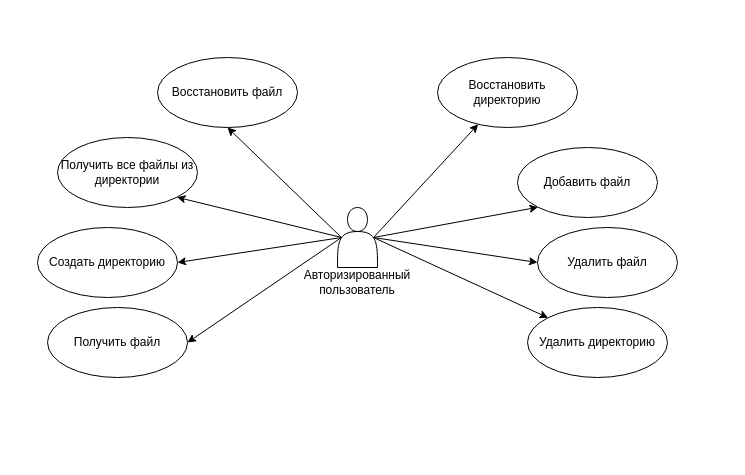
The draw.io diagram back-end/file system ms/case.drawio in carakazov/notes-projects-diagrams, before the edit. Source tidied: cells renumbered, new cells numbered last; positions are measured from the earlier drawing's top-left corner, leaving out a move shared by most shapes. Both pictures are drawn from the tidied source at 100%, with x=0, y=0 at pixel (37, 57).
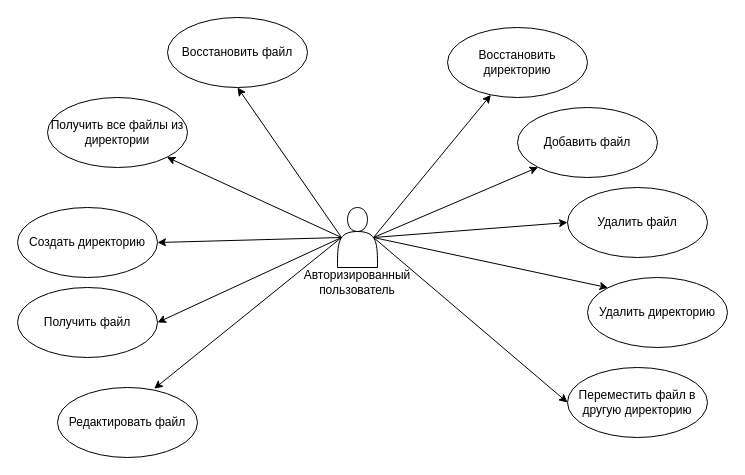
After the change.

Commit message (it also covers changes not shown here):
file system case update

The change refers to these unchanged cells:
```xml
<mxCell id="2" value="Авторизированный пользователь" style="shape=actor;whiteSpace=wrap;html=1;spacingBottom=-90;" parent="1" vertex="1">
  <mxGeometry x="300" y="150" width="40" height="60" as="geometry" />
</mxCell>
```

Diff of the diagram source:
```diff
@@
     <mxCell id="3" value="Создать директорию" style="ellipse;whiteSpace=wrap;html=1;" parent="1" vertex="1">
-      <mxGeometry y="170" width="140" height="70" as="geometry" />
+      <mxGeometry x="-20" y="150" width="140" height="70" as="geometry" />
     </mxCell>
@@
     <mxCell id="5" value="Получить файл" style="ellipse;whiteSpace=wrap;html=1;" parent="1" vertex="1">
-      <mxGeometry x="10" y="250" width="140" height="70" as="geometry" />
+      <mxGeometry x="-20" y="230" width="140" height="70" as="geometry" />
     </mxCell>
@@
     <mxCell id="7" value="Добавить файл" style="ellipse;whiteSpace=wrap;html=1;" parent="1" vertex="1">
-      <mxGeometry x="480" y="90" width="140" height="70" as="geometry" />
+      <mxGeometry x="480" y="50" width="140" height="70" as="geometry" />
     </mxCell>
@@
     <mxCell id="9" value="Удалить файл" style="ellipse;whiteSpace=wrap;html=1;" parent="1" vertex="1">
-      <mxGeometry x="500" y="170" width="140" height="70" as="geometry" />
+      <mxGeometry x="530" y="130" width="140" height="70" as="geometry" />
     </mxCell>
@@
     <mxCell id="11" value="Получить все файлы из директории" style="ellipse;whiteSpace=wrap;html=1;" parent="1" vertex="1">
-      <mxGeometry x="20" y="80" width="140" height="70" as="geometry" />
+      <mxGeometry x="10" y="40" width="140" height="70" as="geometry" />
     </mxCell>
@@
     <mxCell id="13" value="Удалить директорию" style="ellipse;whiteSpace=wrap;html=1;" parent="1" vertex="1">
-      <mxGeometry x="490" y="250" width="140" height="70" as="geometry" />
+      <mxGeometry x="550" y="220" width="140" height="70" as="geometry" />
     </mxCell>
@@
     <mxCell id="15" value="Восстановить файл" style="ellipse;whiteSpace=wrap;html=1;" parent="1" vertex="1">
-      <mxGeometry x="120" width="140" height="70" as="geometry" />
+      <mxGeometry x="130" y="-40" width="140" height="70" as="geometry" />
     </mxCell>
@@
     <mxCell id="17" value="Восстановить директорию" style="ellipse;whiteSpace=wrap;html=1;" parent="1" vertex="1">
-      <mxGeometry x="400" width="140" height="70" as="geometry" />
+      <mxGeometry x="410" y="-30" width="140" height="70" as="geometry" />
     </mxCell>
@@
+    <mxCell id="19" value="Редактировать файл" style="ellipse;whiteSpace=wrap;html=1;" parent="1" vertex="1">
+      <mxGeometry x="20" y="330" width="140" height="70" as="geometry" />
+    </mxCell>
+    <mxCell id="20" style="endArrow=classic;html=1;rounded=0;entryX=0.691;entryY=0.017;entryDx=0;entryDy=0;entryPerimeter=0;exitX=0.1;exitY=0.5;exitDx=0;exitDy=0;exitPerimeter=0;" parent="1" edge="1" source="2" target="19">
+      <mxGeometry relative="1" as="geometry" />
+    </mxCell>
+    <mxCell id="21" value="Переместить файл в другую директорию" style="ellipse;whiteSpace=wrap;html=1;" parent="1" vertex="1">
+      <mxGeometry x="530" y="310" width="140" height="70" as="geometry" />
+    </mxCell>
+    <mxCell id="22" style="endArrow=classic;html=1;rounded=0;exitX=0.9;exitY=0.5;exitDx=0;exitDy=0;exitPerimeter=0;entryX=0;entryY=0.5;entryDx=0;entryDy=0;" parent="1" edge="1" source="2" target="21">
+      <mxGeometry relative="1" as="geometry" />
+    </mxCell>
```
